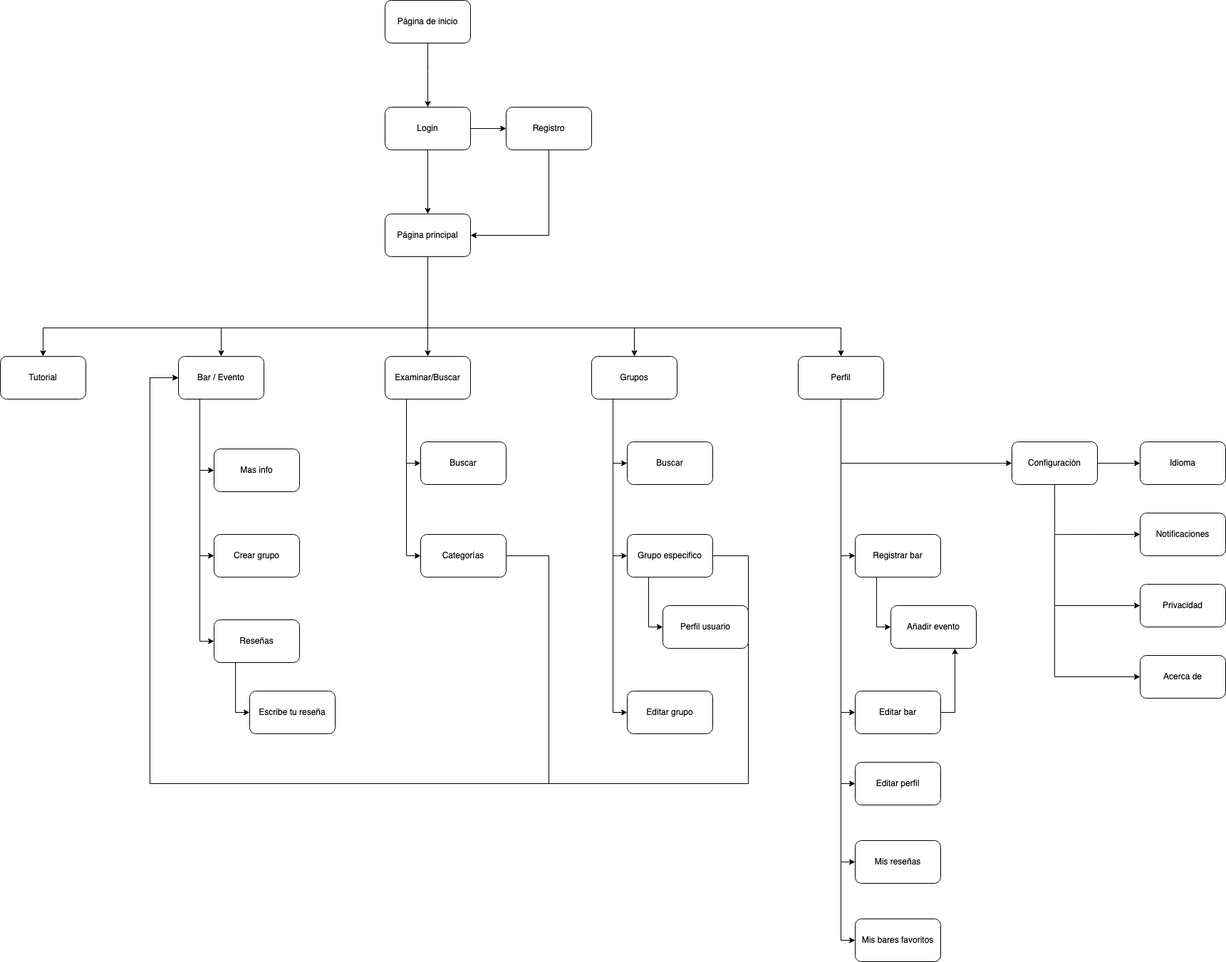
Earlier version of the draw.io export P2/sitemap.png (albertollamass/DIU). Source tidied: cells renumbered, new cells last; positions are measured from the earlier drawing's top-left corner, leaving out a move shared by most shapes.
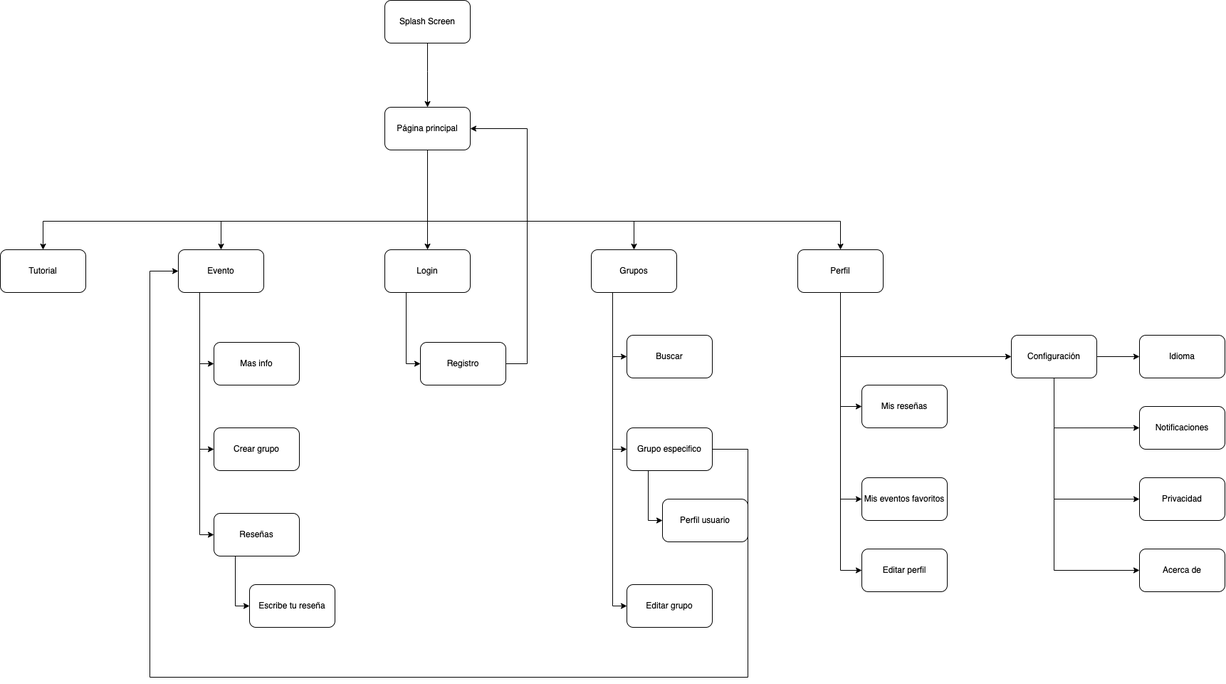
The same file after the commit.

Change to the diagram source:
```diff
@@ -2,54 +2,38 @@
   <root>
     <mxCell id="0" />
     <mxCell id="1" parent="0" />
-    <mxCell id="2" value="Página de inicio" style="rounded=1;whiteSpace=wrap;html=1;" parent="1" vertex="1">
-      <mxGeometry x="540" width="120" height="60" as="geometry" />
+    <mxCell id="2" value="Splash Screen" style="rounded=1;whiteSpace=wrap;html=1;" parent="1" vertex="1">
+      <mxGeometry x="540" y="150" width="120" height="60" as="geometry" />
     </mxCell>
-    <mxCell id="3" value="Login" style="rounded=1;whiteSpace=wrap;html=1;" parent="1" vertex="1">
-      <mxGeometry x="540" y="150" width="120" height="60" as="geometry" />
-    </mxCell>
-    <mxCell id="4" style="endArrow=classic;html=1;rounded=0;entryX=0.5;entryY=0;entryDx=0;entryDy=0;" parent="1" edge="1" source="2" target="3">
+    <mxCell id="4" style="endArrow=classic;html=1;rounded=0;entryX=0.5;entryY=0;entryDx=0;entryDy=0;" parent="1" edge="1" source="2">
       <mxGeometry relative="1" as="geometry">
+        <mxPoint x="600" y="300" as="targetPoint" />
         <Array as="points">
-          <mxPoint x="600" y="100" />
+          <mxPoint x="600" y="250" />
         </Array>
       </mxGeometry>
     </mxCell>
     <mxCell id="5" value="Registro" style="rounded=1;whiteSpace=wrap;html=1;" parent="1" vertex="1">
-      <mxGeometry x="710" y="150" width="120" height="60" as="geometry" />
+      <mxGeometry x="590" y="630" width="120" height="60" as="geometry" />
     </mxCell>
-    <mxCell id="6" style="endArrow=classic;html=1;rounded=0;exitX=1;exitY=0.5;exitDx=0;exitDy=0;entryX=0;entryY=0.5;entryDx=0;entryDy=0;" parent="1" edge="1" source="3" target="5">
-      <mxGeometry relative="1" as="geometry" />
-    </mxCell>
-    <mxCell id="7" value="Página principal" style="rounded=1;whiteSpace=wrap;html=1;" parent="1" vertex="1">
-      <mxGeometry x="540" y="300" width="120" height="60" as="geometry" />
-    </mxCell>
-    <mxCell id="8" style="endArrow=classic;html=1;rounded=0;exitX=0.5;exitY=1;exitDx=0;exitDy=0;entryX=0.5;entryY=0;entryDx=0;entryDy=0;" parent="1" edge="1" source="3" target="7">
-      <mxGeometry relative="1" as="geometry" />
-    </mxCell>
-    <mxCell id="9" style="endArrow=classic;html=1;rounded=0;exitX=0.5;exitY=1;exitDx=0;exitDy=0;entryX=1;entryY=0.5;entryDx=0;entryDy=0;" parent="1" edge="1" source="5" target="7">
-      <mxGeometry relative="1" as="geometry">
-        <Array as="points">
-          <mxPoint x="770" y="330" />
-        </Array>
-      </mxGeometry>
-    </mxCell>
     <mxCell id="10" value="Tutorial" style="rounded=1;whiteSpace=wrap;html=1;" parent="1" vertex="1">
       <mxGeometry y="500" width="120" height="60" as="geometry" />
     </mxCell>
-    <mxCell id="11" style="endArrow=classic;html=1;rounded=0;exitX=0.5;exitY=1;exitDx=0;exitDy=0;entryX=0.5;entryY=0;entryDx=0;entryDy=0;" parent="1" edge="1" source="7" target="10">
+    <mxCell id="11" style="endArrow=classic;html=1;rounded=0;exitX=0.5;exitY=1;exitDx=0;exitDy=0;entryX=0.5;entryY=0;entryDx=0;entryDy=0;" parent="1" edge="1" target="10">
       <mxGeometry relative="1" as="geometry">
+        <mxPoint x="600" y="360" as="sourcePoint" />
         <Array as="points">
           <mxPoint x="600" y="460" />
           <mxPoint x="60" y="460" />
         </Array>
       </mxGeometry>
     </mxCell>
-    <mxCell id="12" value="Bar / Evento" style="rounded=1;whiteSpace=wrap;html=1;" parent="1" vertex="1">
+    <mxCell id="12" value="Evento" style="rounded=1;whiteSpace=wrap;html=1;" parent="1" vertex="1">
       <mxGeometry x="250" y="500" width="120" height="60" as="geometry" />
     </mxCell>
-    <mxCell id="13" style="endArrow=classic;html=1;rounded=0;exitX=0.5;exitY=1;exitDx=0;exitDy=0;entryX=0.5;entryY=0;entryDx=0;entryDy=0;" parent="1" edge="1" source="7" target="12">
+    <mxCell id="13" style="endArrow=classic;html=1;rounded=0;exitX=0.5;exitY=1;exitDx=0;exitDy=0;entryX=0.5;entryY=0;entryDx=0;entryDy=0;" parent="1" edge="1" target="12">
       <mxGeometry relative="1" as="geometry">
+        <mxPoint x="600" y="360" as="sourcePoint" />
         <Array as="points">
           <mxPoint x="600" y="460" />
           <mxPoint x="310" y="460" />
@@ -86,32 +70,24 @@
         </Array>
       </mxGeometry>
     </mxCell>
-    <mxCell id="20" value="Examinar/Buscar" style="rounded=1;whiteSpace=wrap;html=1;" parent="1" vertex="1">
-      <mxGeometry x="540" y="500" width="120" height="60" as="geometry" />
-    </mxCell>
     <mxCell id="21" value="Grupos" style="rounded=1;whiteSpace=wrap;html=1;" parent="1" vertex="1">
       <mxGeometry x="830" y="500" width="120" height="60" as="geometry" />
     </mxCell>
     <mxCell id="22" value="Perfil" style="rounded=1;whiteSpace=wrap;html=1;" parent="1" vertex="1">
       <mxGeometry x="1120" y="500" width="120" height="60" as="geometry" />
     </mxCell>
-    <mxCell id="23" style="endArrow=classic;html=1;rounded=0;exitX=0.5;exitY=1;exitDx=0;exitDy=0;entryX=0.5;entryY=0;entryDx=0;entryDy=0;" parent="1" edge="1" source="7" target="20">
-      <mxGeometry relative="1" as="geometry">
-        <Array as="points">
-          <mxPoint x="600" y="460" />
-        </Array>
-      </mxGeometry>
-    </mxCell>
-    <mxCell id="24" style="endArrow=classic;html=1;rounded=0;exitX=0.5;exitY=1;exitDx=0;exitDy=0;entryX=0.5;entryY=0;entryDx=0;entryDy=0;" parent="1" edge="1" source="7" target="21">
+    <mxCell id="24" style="endArrow=classic;html=1;rounded=0;exitX=0.5;exitY=1;exitDx=0;exitDy=0;entryX=0.5;entryY=0;entryDx=0;entryDy=0;" parent="1" edge="1" target="21">
       <mxGeometry relative="1" as="geometry">
+        <mxPoint x="600" y="360" as="sourcePoint" />
         <Array as="points">
           <mxPoint x="600" y="460" />
           <mxPoint x="890" y="460" />
         </Array>
       </mxGeometry>
     </mxCell>
-    <mxCell id="25" style="endArrow=classic;html=1;rounded=0;exitX=0.5;exitY=1;exitDx=0;exitDy=0;entryX=0.5;entryY=0;entryDx=0;entryDy=0;" parent="1" edge="1" source="7" target="22">
+    <mxCell id="25" style="endArrow=classic;html=1;rounded=0;exitX=0.5;exitY=1;exitDx=0;exitDy=0;entryX=0.5;entryY=0;entryDx=0;entryDy=0;" parent="1" edge="1" target="22">
       <mxGeometry relative="1" as="geometry">
+        <mxPoint x="600" y="360" as="sourcePoint" />
         <Array as="points">
           <mxPoint x="600" y="460" />
           <mxPoint x="1180" y="460" />
@@ -132,40 +108,11 @@
     <mxCell id="29" style="endArrow=classic;html=1;rounded=0;exitX=0.5;exitY=1;exitDx=0;exitDy=0;entryX=0;entryY=0.5;entryDx=0;entryDy=0;" parent="1" edge="1" source="22" target="28">
       <mxGeometry relative="1" as="geometry">
         <Array as="points">
+          <mxPoint x="1180" y="720" />
           <mxPoint x="1180" y="650" />
         </Array>
       </mxGeometry>
     </mxCell>
-    <mxCell id="30" value="Buscar" style="rounded=1;whiteSpace=wrap;html=1;" parent="1" vertex="1">
-      <mxGeometry x="590" y="620" width="120" height="60" as="geometry" />
-    </mxCell>
-    <mxCell id="31" style="endArrow=classic;html=1;rounded=0;exitX=0.25;exitY=1;exitDx=0;exitDy=0;entryX=0;entryY=0.5;entryDx=0;entryDy=0;" parent="1" edge="1" source="20" target="30">
-      <mxGeometry relative="1" as="geometry">
-        <Array as="points">
-          <mxPoint x="570" y="650" />
-        </Array>
-      </mxGeometry>
-    </mxCell>
-    <mxCell id="32" value="Categorías" style="rounded=1;whiteSpace=wrap;html=1;" parent="1" vertex="1">
-      <mxGeometry x="590" y="750" width="120" height="60" as="geometry" />
-    </mxCell>
-    <mxCell id="33" style="endArrow=classic;html=1;rounded=0;exitX=0.25;exitY=1;exitDx=0;exitDy=0;entryX=0;entryY=0.5;entryDx=0;entryDy=0;" parent="1" edge="1" source="20" target="32">
-      <mxGeometry relative="1" as="geometry">
-        <Array as="points">
-          <mxPoint x="570" y="780" />
-        </Array>
-      </mxGeometry>
-    </mxCell>
-    <mxCell id="34" style="endArrow=classic;html=1;rounded=0;exitX=1;exitY=0.5;exitDx=0;exitDy=0;entryX=0;entryY=0.5;entryDx=0;entryDy=0;" parent="1" edge="1" source="32" target="12">
-      <mxGeometry relative="1" as="geometry">
-        <Array as="points">
-          <mxPoint x="770" y="780" />
-          <mxPoint x="770" y="1100" />
-          <mxPoint x="210" y="1100" />
-          <mxPoint x="210" y="530" />
-        </Array>
-      </mxGeometry>
-    </mxCell>
     <mxCell id="35" value="Escribe tu reseña" style="rounded=1;whiteSpace=wrap;html=1;" parent="1" vertex="1">
       <mxGeometry x="350" y="970" width="120" height="60" as="geometry" />
     </mxCell>
@@ -226,73 +173,36 @@
         </Array>
       </mxGeometry>
     </mxCell>
-    <mxCell id="46" value="Registrar bar" style="rounded=1;whiteSpace=wrap;html=1;" parent="1" vertex="1">
-      <mxGeometry x="1200" y="750" width="120" height="60" as="geometry" />
-    </mxCell>
-    <mxCell id="47" value="Añadir evento" style="rounded=1;whiteSpace=wrap;html=1;" parent="1" vertex="1">
-      <mxGeometry x="1250" y="850" width="120" height="60" as="geometry" />
-    </mxCell>
-    <mxCell id="48" value="Editar bar" style="rounded=1;whiteSpace=wrap;html=1;" parent="1" vertex="1">
-      <mxGeometry x="1200" y="970" width="120" height="60" as="geometry" />
-    </mxCell>
-    <mxCell id="49" style="endArrow=classic;html=1;rounded=0;exitX=0.5;exitY=1;exitDx=0;exitDy=0;entryX=0;entryY=0.5;entryDx=0;entryDy=0;" parent="1" edge="1" source="22" target="46">
-      <mxGeometry relative="1" as="geometry">
-        <Array as="points">
-          <mxPoint x="1180" y="780" />
-        </Array>
-      </mxGeometry>
-    </mxCell>
-    <mxCell id="50" style="endArrow=classic;html=1;rounded=0;exitX=0.25;exitY=1;exitDx=0;exitDy=0;entryX=0;entryY=0.5;entryDx=0;entryDy=0;" parent="1" edge="1" source="46" target="47">
-      <mxGeometry relative="1" as="geometry">
-        <Array as="points">
-          <mxPoint x="1230" y="880" />
-        </Array>
-      </mxGeometry>
-    </mxCell>
-    <mxCell id="51" style="endArrow=classic;html=1;rounded=0;exitX=0.5;exitY=1;exitDx=0;exitDy=0;entryX=0;entryY=0.5;entryDx=0;entryDy=0;" parent="1" edge="1" source="22" target="48">
-      <mxGeometry relative="1" as="geometry">
-        <Array as="points">
-          <mxPoint x="1180" y="1000" />
-        </Array>
-      </mxGeometry>
-    </mxCell>
-    <mxCell id="52" style="endArrow=classic;html=1;rounded=0;exitX=1;exitY=0.5;exitDx=0;exitDy=0;entryX=0.75;entryY=1;entryDx=0;entryDy=0;" parent="1" edge="1" source="48" target="47">
-      <mxGeometry relative="1" as="geometry">
-        <Array as="points">
-          <mxPoint x="1340" y="1000" />
-        </Array>
-      </mxGeometry>
-    </mxCell>
     <mxCell id="53" value="Editar perfil" style="rounded=1;whiteSpace=wrap;html=1;" parent="1" vertex="1">
-      <mxGeometry x="1200" y="1070" width="120" height="60" as="geometry" />
+      <mxGeometry x="1210" y="920" width="120" height="60" as="geometry" />
     </mxCell>
     <mxCell id="54" style="endArrow=classic;html=1;rounded=0;entryX=0;entryY=0.5;entryDx=0;entryDy=0;" parent="1" edge="1" target="53">
       <mxGeometry relative="1" as="geometry">
-        <mxPoint x="1180" y="1000" as="sourcePoint" />
+        <mxPoint x="1180" y="950" as="sourcePoint" />
         <Array as="points">
-          <mxPoint x="1180" y="1100" />
+          <mxPoint x="1180" y="950" />
         </Array>
       </mxGeometry>
     </mxCell>
     <mxCell id="55" value="Mis reseñas" style="rounded=1;whiteSpace=wrap;html=1;" parent="1" vertex="1">
-      <mxGeometry x="1200" y="1180" width="120" height="60" as="geometry" />
+      <mxGeometry x="1210" y="690" width="120" height="60" as="geometry" />
     </mxCell>
     <mxCell id="56" style="endArrow=classic;html=1;rounded=0;entryX=0;entryY=0.5;entryDx=0;entryDy=0;" parent="1" edge="1" target="55">
       <mxGeometry relative="1" as="geometry">
-        <mxPoint x="1180" y="1100" as="sourcePoint" />
+        <mxPoint x="1180" y="950" as="sourcePoint" />
         <Array as="points">
-          <mxPoint x="1180" y="1210" />
+          <mxPoint x="1180" y="720" />
         </Array>
       </mxGeometry>
     </mxCell>
-    <mxCell id="57" value="Mis bares favoritos" style="rounded=1;whiteSpace=wrap;html=1;" parent="1" vertex="1">
-      <mxGeometry x="1200" y="1290" width="120" height="60" as="geometry" />
+    <mxCell id="57" value="Mis eventos favoritos" style="rounded=1;whiteSpace=wrap;html=1;" parent="1" vertex="1">
+      <mxGeometry x="1210" y="820" width="120" height="60" as="geometry" />
     </mxCell>
     <mxCell id="58" style="endArrow=classic;html=1;rounded=0;entryX=0;entryY=0.5;entryDx=0;entryDy=0;" parent="1" edge="1" target="57">
       <mxGeometry relative="1" as="geometry">
-        <mxPoint x="1180" y="1210" as="sourcePoint" />
+        <mxPoint x="1180" y="760" as="sourcePoint" />
         <Array as="points">
-          <mxPoint x="1180" y="1320" />
+          <mxPoint x="1180" y="850" />
         </Array>
       </mxGeometry>
     </mxCell>
@@ -324,5 +234,29 @@
         </Array>
       </mxGeometry>
     </mxCell>
+    <mxCell id="7" value="Página principal" style="rounded=1;whiteSpace=wrap;html=1;" parent="1" vertex="1">
+      <mxGeometry x="540" y="300" width="120" height="60" as="geometry" />
+    </mxCell>
+    <mxCell id="3" value="Login" style="rounded=1;whiteSpace=wrap;html=1;" parent="1" vertex="1">
+      <mxGeometry x="540" y="500" width="120" height="60" as="geometry" />
+    </mxCell>
+    <mxCell id="65" style="endArrow=classic;html=1;rounded=0;exitX=0.5;exitY=1;exitDx=0;exitDy=0;entryX=0.5;entryY=0;entryDx=0;entryDy=0;" parent="1" edge="1" source="7" target="3">
+      <mxGeometry relative="1" as="geometry" />
+    </mxCell>
+    <mxCell id="6" style="endArrow=classic;html=1;rounded=0;exitX=0.25;exitY=1;exitDx=0;exitDy=0;entryX=0;entryY=0.5;entryDx=0;entryDy=0;" parent="1" edge="1" source="3" target="5">
+      <mxGeometry relative="1" as="geometry">
+        <Array as="points">
+          <mxPoint x="570" y="660" />
+        </Array>
+      </mxGeometry>
+    </mxCell>
+    <mxCell id="9" style="endArrow=classic;html=1;rounded=0;exitX=1;exitY=0.5;exitDx=0;exitDy=0;entryX=1;entryY=0.5;entryDx=0;entryDy=0;" parent="1" edge="1" source="5" target="7">
+      <mxGeometry relative="1" as="geometry">
+        <Array as="points">
+          <mxPoint x="740" y="660" />
+          <mxPoint x="740" y="330" />
+        </Array>
+      </mxGeometry>
+    </mxCell>
   </root>
 </mxGraphModel>
```
